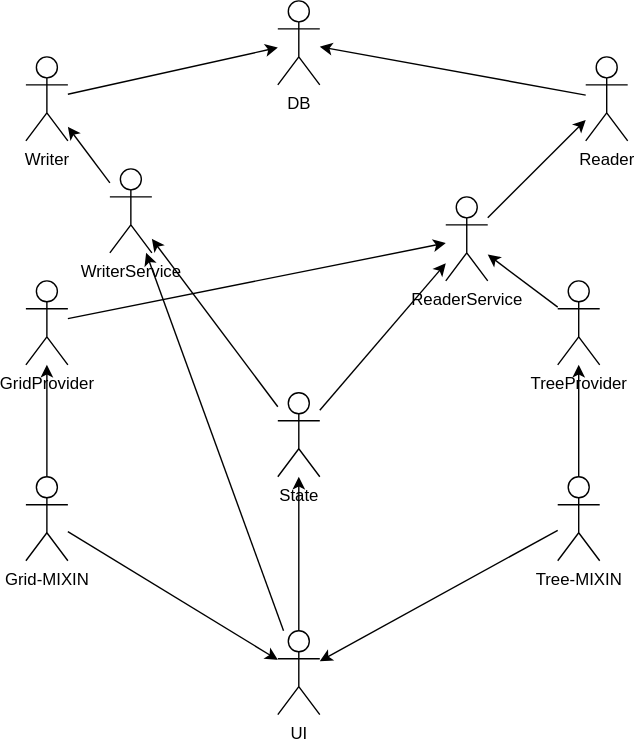
This is uml/usecase.drawio.svg from okpnet/flutter-pms, a draw.io export, as it was before one commit. Source tidied: cells renumbered, new cells last; positions are measured from the earlier drawing's top-left corner, leaving out a move shared by most shapes.
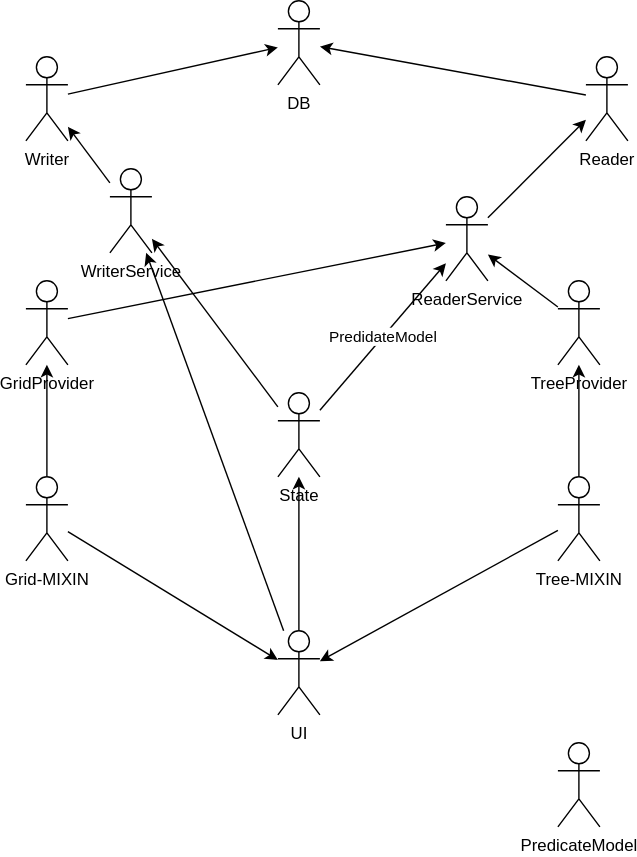
After the change.

The edit, as a diff of the source:
```diff
@@ -35,7 +35,7 @@
     <mxCell id="12" style="edgeStyle=none;html=1;" parent="1" edge="1" source="14" target="9">
       <mxGeometry relative="1" as="geometry" />
     </mxCell>
-    <mxCell id="13" style="edgeStyle=none;html=1;" parent="1" edge="1" source="7" target="14">
+    <mxCell id="13" value="PredidateModel" style="edgeStyle=none;html=1;" parent="1" edge="1" source="7" target="14">
       <mxGeometry relative="1" as="geometry" />
     </mxCell>
     <mxCell id="14" value="ReaderService" style="shape=umlActor;verticalLabelPosition=bottom;verticalAlign=top;html=1;outlineConnect=0;" parent="1" vertex="1">
@@ -77,5 +77,8 @@
     <mxCell id="26" style="edgeStyle=none;html=1;" parent="1" edge="1" source="7" target="25">
       <mxGeometry relative="1" as="geometry" />
     </mxCell>
+    <mxCell id="27" value="PredicateModel" style="shape=umlActor;verticalLabelPosition=bottom;verticalAlign=top;html=1;" parent="1" vertex="1">
+      <mxGeometry x="380" y="530" width="30" height="60" as="geometry" />
+    </mxCell>
   </root>
 </mxGraphModel>
```
